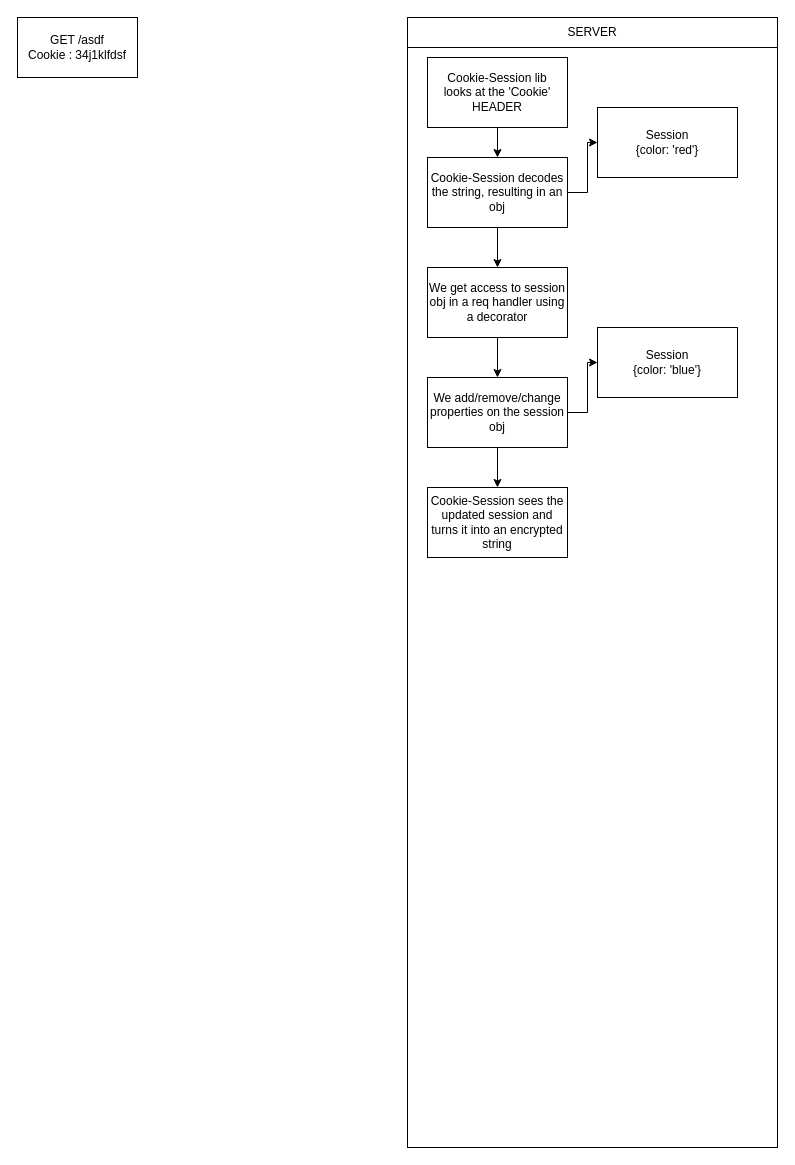
Earlier version of the draw.io diagram Cookies.drawio (jivebreaddev/used_car_nest_rest_api). Source tidied: cells renumbered, new cells numbered last; positions are measured from the earlier drawing's top-left corner, leaving out a move shared by most shapes. Both pictures are drawn from the tidied source at 100%, with x=0, y=0 at pixel (17, 17).
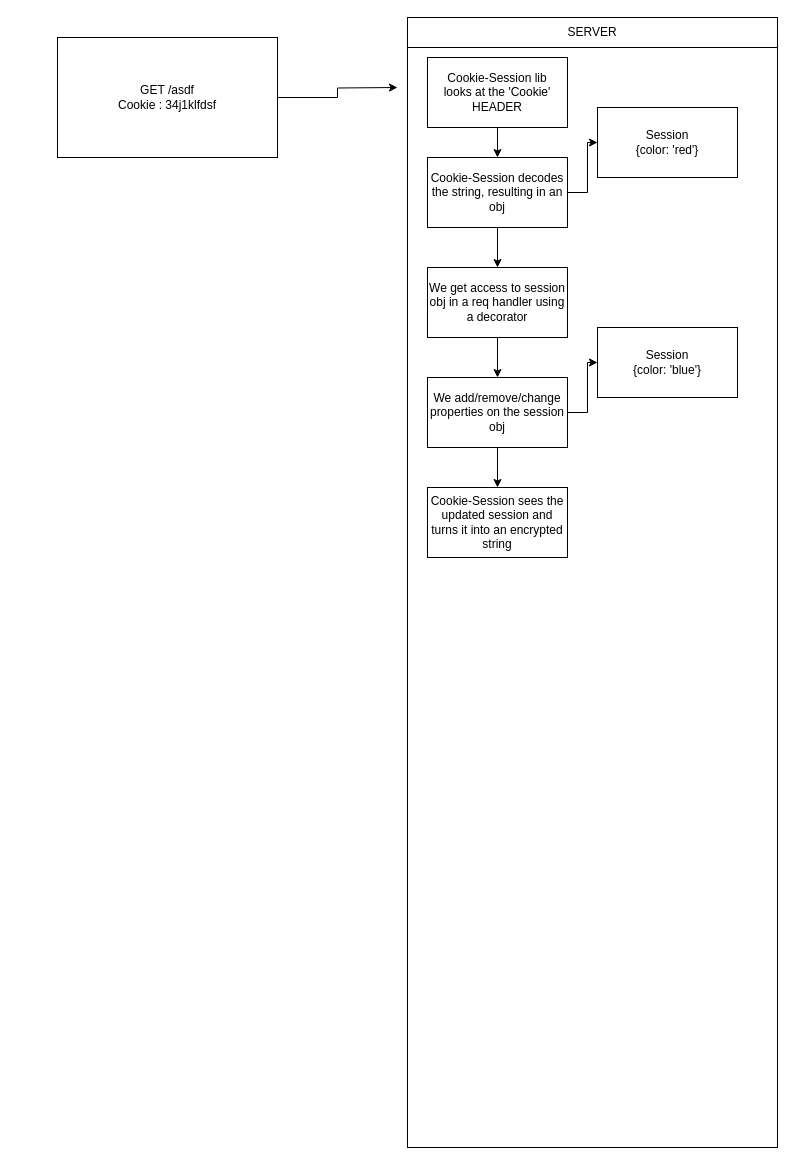
The same page after the edit.

Diff of the diagram source:
```diff
@@
 <mxGraphModel>
   <root>
     <mxCell id="0" />
     <mxCell id="1" parent="0" />
     <mxCell id="2" style="rounded=0;whiteSpace=wrap;html=1;" parent="1" vertex="1">
       <mxGeometry x="390" y="30" width="370" height="1100" as="geometry" />
     </mxCell>
     <mxCell id="3" value="SERVER" style="rounded=0;whiteSpace=wrap;html=1;" parent="1" vertex="1">
       <mxGeometry x="390" width="370" height="30" as="geometry" />
     </mxCell>
+    <mxCell id="18" style="edgeStyle=orthogonalEdgeStyle;rounded=0;jettySize=auto;html=1;exitX=1;exitY=0.5;exitDx=0;exitDy=0;" parent="1" edge="1" source="4">
+      <mxGeometry relative="1" as="geometry">
+        <mxPoint x="380" y="70" as="targetPoint" />
+      </mxGeometry>
+    </mxCell>
     <mxCell id="4" value="GET /asdf&lt;br&gt;Cookie : 34j1klfdsf" style="rounded=0;whiteSpace=wrap;html=1;" parent="1" vertex="1">
-      <mxGeometry width="120" height="60" as="geometry" />
+      <mxGeometry x="40" y="20" width="220" height="120" as="geometry" />
     </mxCell>
     <mxCell id="5" style="edgeStyle=orthogonalEdgeStyle;rounded=0;jettySize=auto;html=1;exitX=0.5;exitY=1;exitDx=0;exitDy=0;entryX=0.5;entryY=0;entryDx=0;entryDy=0;" parent="1" edge="1" source="6" target="9">
       <mxGeometry relative="1" as="geometry" />
     </mxCell>
     <mxCell id="6" value="Cookie-Session lib&lt;br&gt;looks at the 'Cookie' HEADER" style="rounded=0;whiteSpace=wrap;html=1;" parent="1" vertex="1">
       <mxGeometry x="410" y="40" width="140" height="70" as="geometry" />
     </mxCell>
     <mxCell id="7" style="edgeStyle=orthogonalEdgeStyle;rounded=0;jettySize=auto;html=1;exitX=0.5;exitY=1;exitDx=0;exitDy=0;entryX=0.5;entryY=0;entryDx=0;entryDy=0;" parent="1" edge="1" source="9" target="11">
       <mxGeometry relative="1" as="geometry" />
     </mxCell>
     <mxCell id="8" style="edgeStyle=orthogonalEdgeStyle;rounded=0;jettySize=auto;html=1;exitX=1;exitY=0.5;exitDx=0;exitDy=0;" parent="1" edge="1" source="9" target="16">
       <mxGeometry relative="1" as="geometry" />
     </mxCell>
     <mxCell id="9" value="Cookie-Session decodes the string, resulting in an obj" style="rounded=0;whiteSpace=wrap;html=1;" parent="1" vertex="1">
       <mxGeometry x="410" y="140" width="140" height="70" as="geometry" />
     </mxCell>
     <mxCell id="10" style="edgeStyle=orthogonalEdgeStyle;rounded=0;jettySize=auto;html=1;exitX=0.5;exitY=1;exitDx=0;exitDy=0;entryX=0.5;entryY=0;entryDx=0;entryDy=0;" parent="1" edge="1" source="11" target="14">
       <mxGeometry relative="1" as="geometry" />
     </mxCell>
     <mxCell id="11" value="We get access to session obj in a req handler using a decorator" style="rounded=0;whiteSpace=wrap;html=1;" parent="1" vertex="1">
       <mxGeometry x="410" y="250" width="140" height="70" as="geometry" />
     </mxCell>
     <mxCell id="12" style="edgeStyle=orthogonalEdgeStyle;rounded=0;jettySize=auto;html=1;exitX=0.5;exitY=1;exitDx=0;exitDy=0;entryX=0.5;entryY=0;entryDx=0;entryDy=0;" parent="1" edge="1" source="14" target="15">
       <mxGeometry relative="1" as="geometry" />
     </mxCell>
     <mxCell id="13" style="edgeStyle=orthogonalEdgeStyle;rounded=0;jettySize=auto;html=1;exitX=1;exitY=0.5;exitDx=0;exitDy=0;entryX=0;entryY=0.5;entryDx=0;entryDy=0;" parent="1" edge="1" source="14" target="17">
       <mxGeometry relative="1" as="geometry" />
     </mxCell>
     <mxCell id="14" value="We add/remove/change properties on the session obj" style="rounded=0;whiteSpace=wrap;html=1;" parent="1" vertex="1">
       <mxGeometry x="410" y="360" width="140" height="70" as="geometry" />
     </mxCell>
     <mxCell id="15" value="Cookie-Session sees the updated session and turns it into an encrypted string" style="rounded=0;whiteSpace=wrap;html=1;" parent="1" vertex="1">
       <mxGeometry x="410" y="470" width="140" height="70" as="geometry" />
     </mxCell>
     <mxCell id="16" value="Session&lt;br&gt;{color: 'red'}" style="rounded=0;whiteSpace=wrap;html=1;" parent="1" vertex="1">
       <mxGeometry x="580" y="90" width="140" height="70" as="geometry" />
     </mxCell>
     <mxCell id="17" value="Session&lt;br&gt;{color: 'blue'}" style="rounded=0;whiteSpace=wrap;html=1;" parent="1" vertex="1">
       <mxGeometry x="580" y="310" width="140" height="70" as="geometry" />
     </mxCell>
   </root>
 </mxGraphModel>
```
